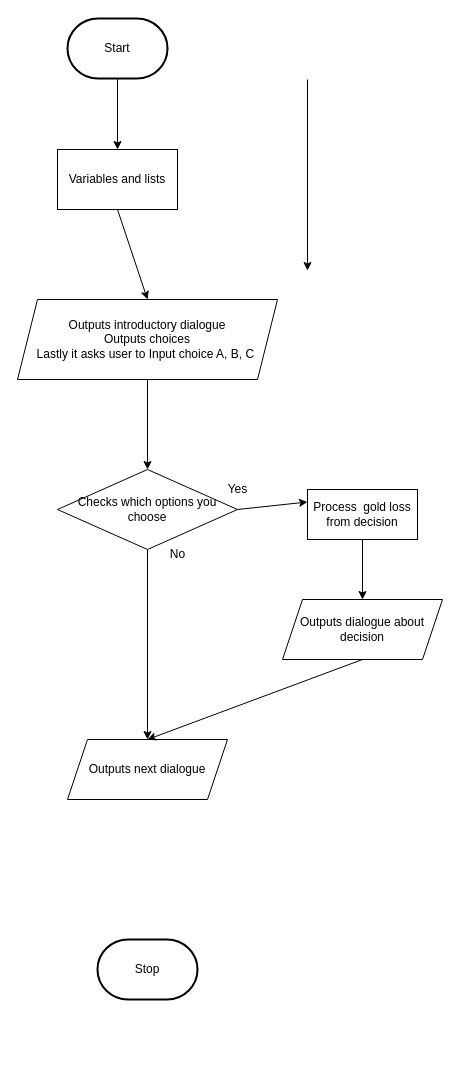
Above: design/flowchart.drawio in MTHS-TEJ2O-1-2023/TEJ2O-Unit-2-05-michael-bruneau (draw.io), before the change. Source tidied: cells renumbered, new cells numbered last; positions are measured from the earlier drawing's top-left corner, leaving out a move shared by most shapes. Both pictures are drawn from the tidied source at 100%, with x=0, y=0 at pixel (17, 18).
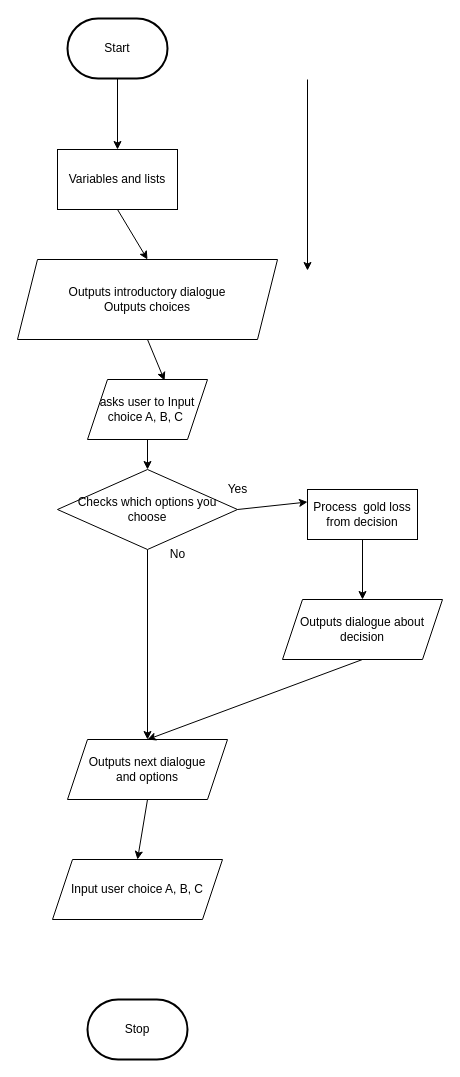
Above is the later version.

The change refers to these unchanged cells:
```xml
<mxCell id="10" value="Checks which options you choose" style="rhombus;whiteSpace=wrap;html=1;" parent="1" vertex="1">
  <mxGeometry x="40" y="451" width="180" height="80" as="geometry" />
</mxCell>
```

Diff of the diagram source:
```diff
@@
     <mxCell id="3" value="Stop" style="strokeWidth=2;html=1;shape=mxgraph.flowchart.terminator;whiteSpace=wrap;" parent="1" vertex="1">
-      <mxGeometry x="80" y="921" width="100" height="60" as="geometry" />
+      <mxGeometry x="70" y="981" width="100" height="60" as="geometry" />
     </mxCell>
@@
-    <mxCell id="8" value="Outputs introductory dialogue&lt;br&gt;Outputs choices&lt;br&gt;Lastly it asks user to Input choice A, B, C&amp;nbsp;" style="shape=parallelogram;perimeter=parallelogramPerimeter;whiteSpace=wrap;html=1;fixedSize=1;" parent="1" vertex="1">
-      <mxGeometry y="281" width="260" height="80" as="geometry" />
+    <mxCell id="8" value="Outputs introductory dialogue&lt;br&gt;Outputs choices" style="shape=parallelogram;perimeter=parallelogramPerimeter;whiteSpace=wrap;html=1;fixedSize=1;" parent="1" vertex="1">
+      <mxGeometry y="241" width="260" height="80" as="geometry" />
     </mxCell>
@@
+    <mxCell id="20" style="edgeStyle=none;html=1;exitX=0.5;exitY=1;exitDx=0;exitDy=0;entryX=0.5;entryY=0;entryDx=0;entryDy=0;" parent="1" edge="1" source="11" target="23">
+      <mxGeometry relative="1" as="geometry" />
+    </mxCell>
-    <mxCell id="11" value="Outputs next dialogue" style="shape=parallelogram;perimeter=parallelogramPerimeter;whiteSpace=wrap;html=1;fixedSize=1;" parent="1" vertex="1">
+    <mxCell id="11" value="Outputs next dialogue&lt;br&gt;and options" style="shape=parallelogram;perimeter=parallelogramPerimeter;whiteSpace=wrap;html=1;fixedSize=1;" parent="1" vertex="1">
       <mxGeometry x="50" y="721" width="160" height="60" as="geometry" />
     </mxCell>
@@
-    <mxCell id="14" style="html=1;rounded=0;exitX=0.5;exitY=1;exitDx=0;exitDy=0;entryX=0.5;entryY=0;entryDx=0;entryDy=0;" parent="1" edge="1" source="8" target="10">
+    <mxCell id="14" style="html=1;rounded=0;exitX=0.5;exitY=1;exitDx=0;exitDy=0;entryX=0.642;entryY=0.017;entryDx=0;entryDy=0;entryPerimeter=0;" parent="1" edge="1" source="8" target="22">
       <mxGeometry relative="1" as="geometry" />
     </mxCell>
@@
+    <mxCell id="21" style="edgeStyle=none;html=1;exitX=0.5;exitY=1;exitDx=0;exitDy=0;entryX=0.5;entryY=0;entryDx=0;entryDy=0;" parent="1" edge="1" source="22" target="10">
+      <mxGeometry relative="1" as="geometry" />
+    </mxCell>
+    <mxCell id="22" value="asks user to Input choice A, B, C&amp;nbsp;" style="shape=parallelogram;perimeter=parallelogramPerimeter;whiteSpace=wrap;html=1;fixedSize=1;" parent="1" vertex="1">
+      <mxGeometry x="70" y="361" width="120" height="60" as="geometry" />
+    </mxCell>
+    <mxCell id="23" value="Input user choice A, B, C" style="shape=parallelogram;perimeter=parallelogramPerimeter;whiteSpace=wrap;html=1;fixedSize=1;" parent="1" vertex="1">
+      <mxGeometry x="35" y="841" width="170" height="60" as="geometry" />
+    </mxCell>
```
